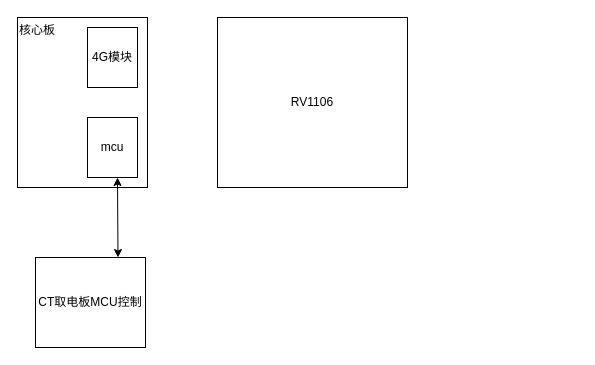
WilliamChenGitHub/drawio keeps this draw.io diagram as ZHY/未命名绘图.drawio. Above is the earlier version. Source tidied: cells renumbered, new cells numbered last; positions are measured from the earlier drawing's top-left corner, leaving out a move shared by most shapes. Both pictures are drawn from the tidied source at 100%, with x=0, y=0 at pixel (17, 17).
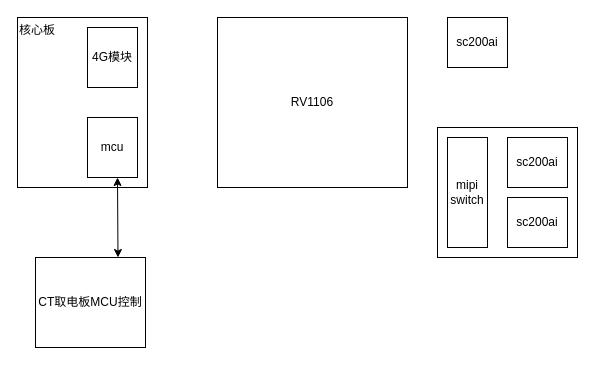
The same diagram, later.

Change to the diagram source:
```diff
@@
 <mxGraphModel>
   <root>
     <mxCell id="0" />
     <mxCell id="1" parent="0" />
+    <mxCell id="8" style="rounded=0;whiteSpace=wrap;html=1;" parent="1" vertex="1">
+      <mxGeometry x="420" y="110" width="140" height="130" as="geometry" />
+    </mxCell>
     <mxCell id="2" value="RV1106" style="rounded=0;whiteSpace=wrap;html=1;" parent="1" vertex="1">
       <mxGeometry x="200" width="190" height="170" as="geometry" />
     </mxCell>
     <mxCell id="3" value="核心板&lt;div&gt;&lt;br&gt;&lt;/div&gt;&lt;div&gt;&lt;br&gt;&lt;/div&gt;&lt;div&gt;&lt;br&gt;&lt;/div&gt;&lt;div&gt;&lt;br&gt;&lt;/div&gt;&lt;div&gt;&lt;br&gt;&lt;/div&gt;&lt;div&gt;&lt;br&gt;&lt;/div&gt;&lt;div&gt;&lt;br&gt;&lt;/div&gt;&lt;div&gt;&lt;br&gt;&lt;/div&gt;&lt;div&gt;&lt;br&gt;&lt;/div&gt;&lt;div&gt;&lt;br&gt;&lt;/div&gt;" style="rounded=0;whiteSpace=wrap;html=1;align=left;" parent="1" vertex="1">
       <mxGeometry width="130" height="170" as="geometry" />
     </mxCell>
     <mxCell id="4" value="mcu" style="rounded=0;whiteSpace=wrap;html=1;" parent="1" vertex="1">
       <mxGeometry x="70" y="100" width="50" height="60" as="geometry" />
     </mxCell>
     <mxCell id="5" value="4G模块" style="rounded=0;whiteSpace=wrap;html=1;" parent="1" vertex="1">
       <mxGeometry x="70" y="10" width="50" height="60" as="geometry" />
     </mxCell>
     <mxCell id="6" value="CT取电板MCU控制" style="rounded=0;whiteSpace=wrap;html=1;" parent="1" vertex="1">
       <mxGeometry x="18" y="240" width="110" height="90" as="geometry" />
     </mxCell>
     <mxCell id="7" style="endArrow=classic;startArrow=classic;html=1;rounded=0;exitX=0.75;exitY=0;exitDx=0;exitDy=0;" parent="1" edge="1" source="6">
       <mxGeometry relative="1" as="geometry">
         <mxPoint x="100" y="160" as="targetPoint" />
       </mxGeometry>
     </mxCell>
+    <mxCell id="9" value="sc200ai" style="rounded=0;whiteSpace=wrap;html=1;" parent="1" vertex="1">
+      <mxGeometry x="430" width="60" height="50" as="geometry" />
+    </mxCell>
+    <mxCell id="10" value="sc200ai" style="rounded=0;whiteSpace=wrap;html=1;" parent="1" vertex="1">
+      <mxGeometry x="490" y="120" width="60" height="50" as="geometry" />
+    </mxCell>
+    <mxCell id="11" value="sc200ai" style="rounded=0;whiteSpace=wrap;html=1;" parent="1" vertex="1">
+      <mxGeometry x="490" y="180" width="60" height="50" as="geometry" />
+    </mxCell>
+    <mxCell id="12" value="mipi switch" style="rounded=0;whiteSpace=wrap;html=1;" parent="1" vertex="1">
+      <mxGeometry x="430" y="120" width="40" height="110" as="geometry" />
+    </mxCell>
   </root>
 </mxGraphModel>
```
